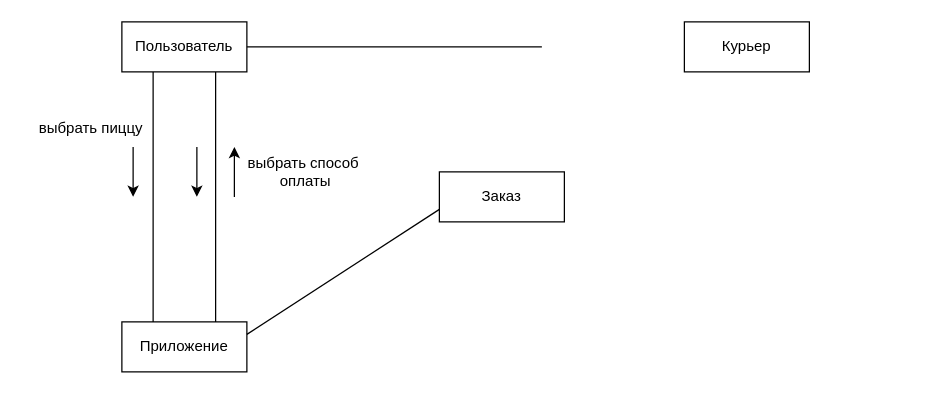
Above: ДиаграммаКоммуникуции.drawio in hard-gainer/UML (draw.io), before the change. Source tidied: cells renumbered, new cells numbered last; positions are measured from the earlier drawing's top-left corner, leaving out a move shared by most shapes. Both pictures are drawn from the tidied source at 125%, with x=0, y=0 at pixel (21, 21).
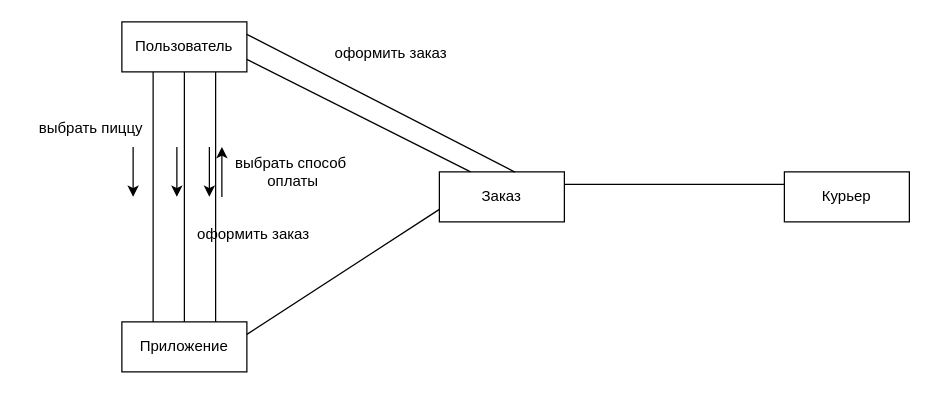
The same page after the edit.

Unchanged cells that the change refers to:
```xml
<mxCell id="2" value="Пользователь" style="html=1;whiteSpace=wrap;" parent="1" vertex="1">
  <mxGeometry x="80" width="100" height="40" as="geometry" />
</mxCell>
<mxCell id="3" value="Заказ" style="html=1;whiteSpace=wrap;" parent="1" vertex="1">
  <mxGeometry x="334" y="120" width="100" height="40" as="geometry" />
</mxCell>
<mxCell id="5" value="Приложение" style="html=1;whiteSpace=wrap;" parent="1" vertex="1">
  <mxGeometry x="80" y="240" width="100" height="40" as="geometry" />
</mxCell>
```

The edit, as a diff of the source:
```diff
@@
     <mxCell id="4" value="Курьер" style="html=1;whiteSpace=wrap;" parent="1" vertex="1">
-      <mxGeometry x="530" width="100" height="40" as="geometry" />
+      <mxGeometry x="610" y="120" width="100" height="40" as="geometry" />
     </mxCell>
@@
-    <mxCell id="8" style="endArrow=none;html=1;rounded=0;exitX=1;exitY=0.5;exitDx=0;exitDy=0;" parent="1" edge="1" source="2">
-      <mxGeometry relative="1" as="geometry">
-        <mxPoint x="416" y="20" as="targetPoint" />
-      </mxGeometry>
+    <mxCell id="8" style="endArrow=none;html=1;rounded=0;exitX=1;exitY=0.75;exitDx=0;exitDy=0;entryX=0.25;entryY=0;entryDx=0;entryDy=0;" parent="1" edge="1" source="2" target="3">
+      <mxGeometry relative="1" as="geometry" />
     </mxCell>
@@
     <mxCell id="12" style="endArrow=classic;html=1;rounded=0;" parent="1" edge="1">
       <mxGeometry relative="1" as="geometry">
-        <mxPoint x="140" y="100" as="sourcePoint" />
-        <mxPoint x="140" y="140" as="targetPoint" />
+        <mxPoint x="150" y="100" as="sourcePoint" />
+        <mxPoint x="150" y="140" as="targetPoint" />
       </mxGeometry>
     </mxCell>
     <mxCell id="13" style="endArrow=classic;html=1;rounded=0;" parent="1" edge="1">
       <mxGeometry relative="1" as="geometry">
-        <mxPoint x="170" y="140" as="sourcePoint" />
-        <mxPoint x="170" y="100" as="targetPoint" />
+        <mxPoint x="160" y="140" as="sourcePoint" />
+        <mxPoint x="160" y="100" as="targetPoint" />
       </mxGeometry>
     </mxCell>
     <mxCell id="14" value="выбрать способ&lt;div&gt;&amp;nbsp;оплаты&lt;/div&gt;" style="text;html=1;align=center;verticalAlign=middle;strokeColor=none;fillColor=none;" parent="1" vertex="1">
-      <mxGeometry x="170" y="100" width="110" height="40" as="geometry" />
+      <mxGeometry x="160" y="100" width="110" height="40" as="geometry" />
     </mxCell>
+    <mxCell id="15" style="endArrow=none;html=1;rounded=0;exitX=1;exitY=0.25;exitDx=0;exitDy=0;entryX=0;entryY=0.25;entryDx=0;entryDy=0;" parent="1" edge="1" source="3" target="4">
+      <mxGeometry relative="1" as="geometry" />
+    </mxCell>
+    <mxCell id="16" value="оформить заказ" style="text;html=1;align=center;verticalAlign=middle;strokeColor=none;fillColor=none;" parent="1" vertex="1">
+      <mxGeometry x="240" y="10" width="110" height="30" as="geometry" />
+    </mxCell>
+    <mxCell id="17" style="endArrow=none;html=1;rounded=0;exitX=1;exitY=0.25;exitDx=0;exitDy=0;entryX=0.604;entryY=0.004;entryDx=0;entryDy=0;entryPerimeter=0;" parent="1" edge="1" source="2" target="3">
+      <mxGeometry relative="1" as="geometry" />
+    </mxCell>
+    <mxCell id="18" style="endArrow=none;html=1;rounded=0;entryX=0.5;entryY=1;entryDx=0;entryDy=0;exitX=0.5;exitY=0;exitDx=0;exitDy=0;" parent="1" edge="1" source="5" target="2">
+      <mxGeometry relative="1" as="geometry" />
+    </mxCell>
+    <mxCell id="19" style="endArrow=classic;html=1;rounded=0;" parent="1" edge="1">
+      <mxGeometry relative="1" as="geometry">
+        <mxPoint x="124" y="100" as="sourcePoint" />
+        <mxPoint x="124" y="140" as="targetPoint" />
+      </mxGeometry>
+    </mxCell>
+    <mxCell id="20" value="оформить заказ" style="text;html=1;align=center;verticalAlign=middle;strokeColor=none;fillColor=none;" parent="1" vertex="1">
+      <mxGeometry x="130" y="155" width="110" height="30" as="geometry" />
+    </mxCell>
```
